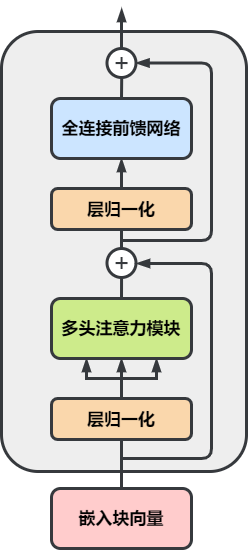
AAAAAAAyq/Personal-Studying keeps this draw.io diagram as deit.png. Above is the earlier version. Source tidied: cells renumbered, new cells last; positions are measured from the earlier drawing's top-left corner, leaving out a move shared by most shapes.
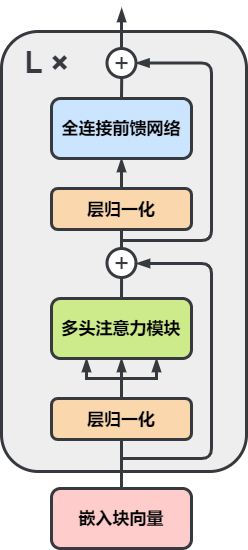
The same diagram one commit later.

Change to the diagram source:
```diff
@@ -85,5 +85,8 @@
     <mxCell id="21" value="&lt;b style=&quot;font-size: 17px&quot;&gt;&lt;font style=&quot;font-size: 17px&quot;&gt;嵌入块向量&lt;/font&gt;&lt;/b&gt;" style="rounded=1;whiteSpace=wrap;html=1;strokeWidth=3;fillColor=#ffcccc;fontSize=17;strokeColor=#36393d;" parent="1" vertex="1">
       <mxGeometry x="50" y="480" width="140" height="60" as="geometry" />
     </mxCell>
+    <mxCell id="22" value="&lt;b&gt;&lt;font style=&quot;font-size: 30px&quot;&gt;L ×&lt;/font&gt;&lt;/b&gt;" style="text;html=1;align=center;verticalAlign=middle;strokeColor=none;fontSize=17;fontColor=#36393D;" parent="1" vertex="1">
+      <mxGeometry x="15" y="39" width="60" height="30" as="geometry" />
+    </mxCell>
   </root>
 </mxGraphModel>
```
